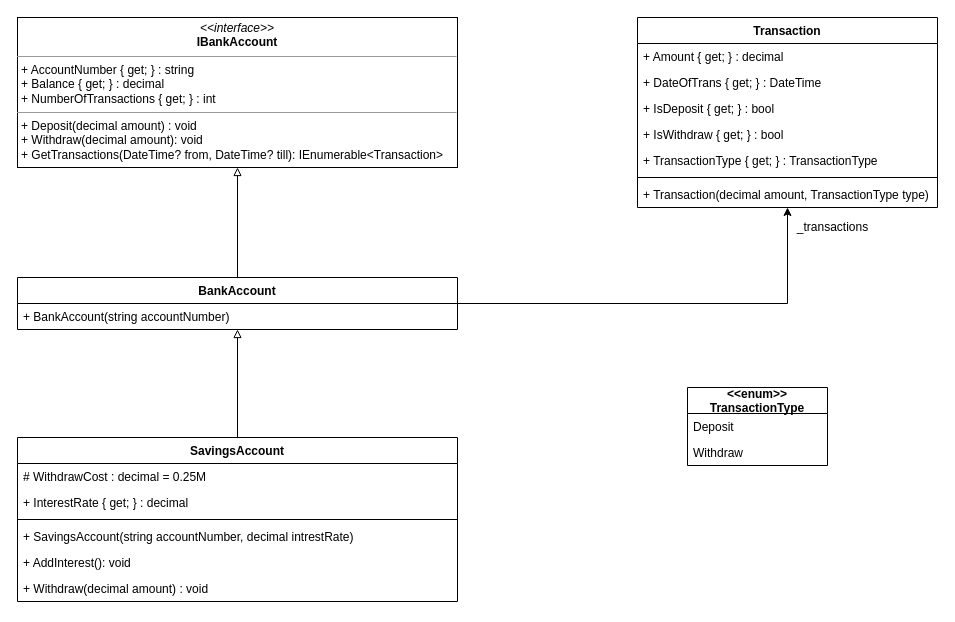
The draw.io diagram page "Example 4" (4 of 9) of chapters/03/banking.drawio in HOGENT-Web/csharp, before the edit. Source tidied: cells renumbered, new cells numbered last; positions are measured from the earlier drawing's top-left corner, leaving out a move shared by most shapes. Both pictures are drawn from the tidied source at 100%, with x=0, y=0 at pixel (17, 17).
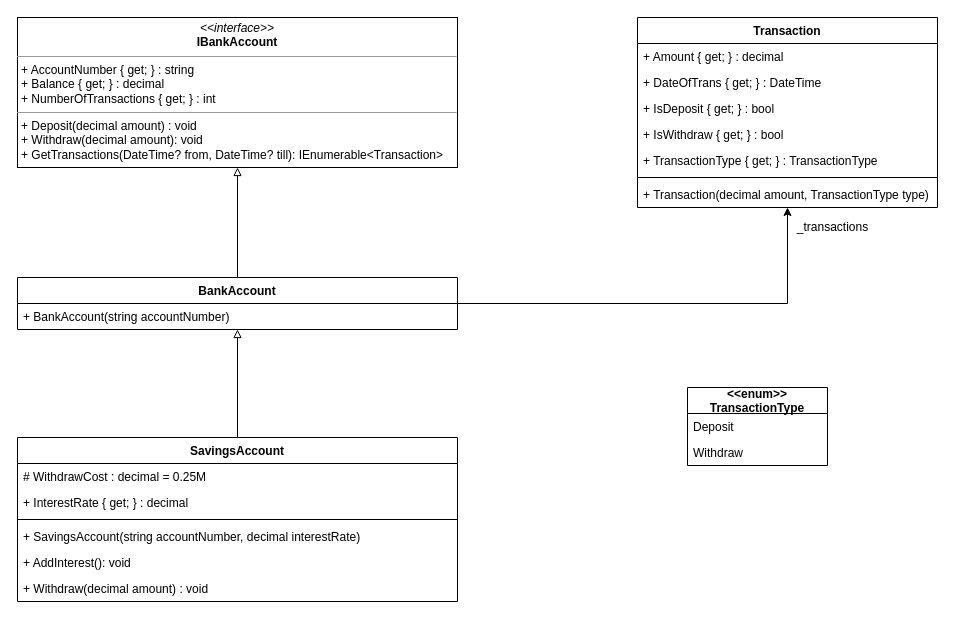
Above is the later version.

Commit message (it also covers changes not shown here):
Fix typo in SavingsAccount class

The change refers to these unchanged cells:
```xml
<mxCell id="19" value="SavingsAccount" style="swimlane;fontStyle=1;align=center;verticalAlign=top;horizontal=1;startSize=26;fillColor=none;" parent="1" vertex="1">
  <mxGeometry y="420" width="440" height="164" as="geometry" />
</mxCell>
```

What changed in the source:
```diff
@@
-    <mxCell id="23" value="+ SavingsAccount(string accountNumber, decimal intrestRate)&#10;" style="text;strokeColor=none;fillColor=none;align=left;verticalAlign=top;spacingLeft=4;spacingRight=4;overflow=hidden;" parent="19" vertex="1">
+    <mxCell id="23" value="+ SavingsAccount(string accountNumber, decimal interestRate)&#10;" style="text;strokeColor=none;fillColor=none;align=left;verticalAlign=top;spacingLeft=4;spacingRight=4;overflow=hidden;" parent="19" vertex="1">
       <mxGeometry y="86" width="440" height="26" as="geometry" />
     </mxCell>
```
